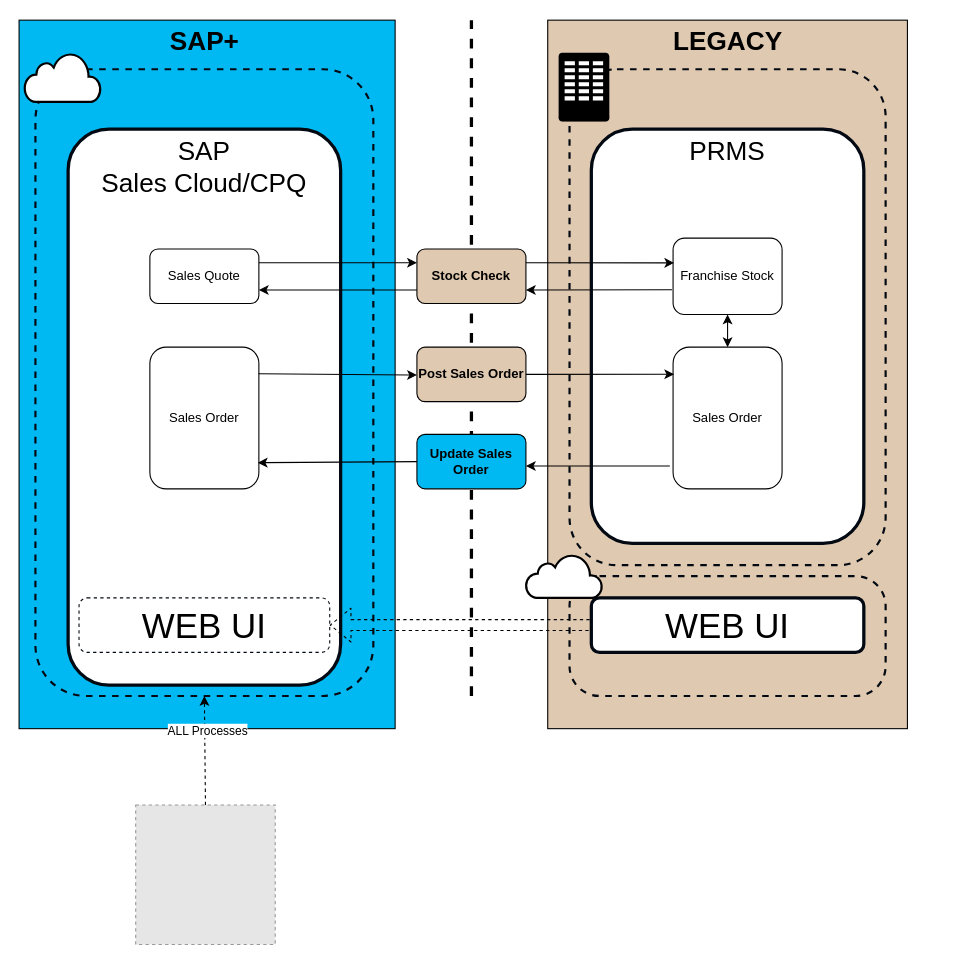
Above: page "Option 3b - Web PRMS" (6 of 10) of Franchise.drawio in mrf742002/Diagrams (draw.io), before the change. Source tidied: cells renumbered, new cells numbered last; positions are measured from the earlier drawing's top-left corner, leaving out a move shared by most shapes. Both pictures are drawn from the tidied source at 109%, with x=0, y=0 at pixel (19, 20). Pictures stored in the file or linked from it are replaced by grey dashed boxes.
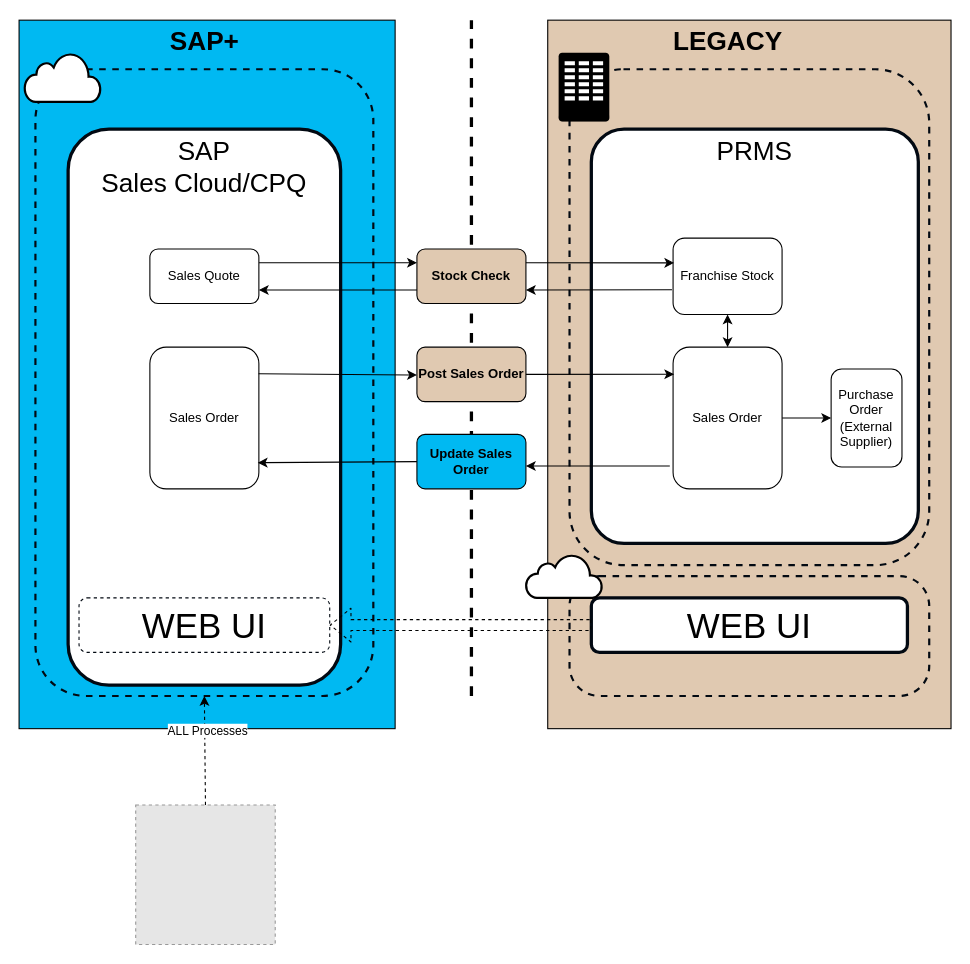
After the change.

The change refers to these unchanged cells:
```xml
<mxCell id="11" value="Sales Order" style="rounded=1;whiteSpace=wrap;html=1;" parent="1" vertex="1">
  <mxGeometry x="600" y="300" width="100" height="130" as="geometry" />
</mxCell>
```

What changed in the source:
```diff
@@
     <mxCell id="3" style="rounded=0;whiteSpace=wrap;html=1;fillColor=#E0C9B1;" parent="1" vertex="1">
-      <mxGeometry x="485" width="330" height="650" as="geometry" />
+      <mxGeometry x="485" width="370" height="650" as="geometry" />
     </mxCell>
@@
     <mxCell id="5" style="rounded=1;whiteSpace=wrap;html=1;verticalAlign=top;strokeWidth=2;strokeColor=#020912;fillColor=none;dashed=1;arcSize=25;" parent="1" vertex="1">
-      <mxGeometry x="505" y="510" width="290" height="110" as="geometry" />
+      <mxGeometry x="505" y="510" width="330" height="110" as="geometry" />
     </mxCell>
@@
     <mxCell id="7" style="rounded=1;whiteSpace=wrap;html=1;verticalAlign=top;strokeWidth=2;strokeColor=#020912;fillColor=none;dashed=1;" parent="1" vertex="1">
-      <mxGeometry x="505" y="45" width="290" height="455" as="geometry" />
+      <mxGeometry x="505" y="45" width="330" height="455" as="geometry" />
     </mxCell>
-    <mxCell id="8" value="&lt;font style=&quot;font-size: 24px&quot;&gt;PRMS&lt;/font&gt;" style="rounded=1;whiteSpace=wrap;html=1;verticalAlign=top;strokeWidth=3;strokeColor=#020912;" parent="1" vertex="1">
-      <mxGeometry x="525" y="100" width="250" height="380" as="geometry" />
+    <mxCell id="8" value="&lt;font style=&quot;font-size: 24px&quot;&gt;PRMS&lt;/font&gt;" style="rounded=1;whiteSpace=wrap;html=1;verticalAlign=top;strokeWidth=3;strokeColor=#020912;arcSize=10;" parent="1" vertex="1">
+      <mxGeometry x="525" y="100" width="300" height="380" as="geometry" />
     </mxCell>
@@
+    <mxCell id="37" style="edgeStyle=orthogonalEdgeStyle;rounded=0;jettySize=auto;html=1;exitX=1;exitY=0.5;exitDx=0;exitDy=0;" parent="1" edge="1" source="11" target="38">
+      <mxGeometry relative="1" as="geometry" />
+    </mxCell>
@@
     <mxCell id="27" value="&lt;font style=&quot;font-size: 32px&quot;&gt;WEB UI&lt;/font&gt;" style="rounded=1;whiteSpace=wrap;html=1;verticalAlign=top;strokeWidth=3;strokeColor=#020912;" parent="1" vertex="1">
-      <mxGeometry x="525" y="530" width="250" height="50" as="geometry" />
+      <mxGeometry x="525" y="530" width="290" height="50" as="geometry" />
     </mxCell>
@@
+    <mxCell id="38" value="Purchase Order (External Supplier)" style="rounded=1;whiteSpace=wrap;html=1;" parent="1" vertex="1">
+      <mxGeometry x="745" y="320" width="65" height="90" as="geometry" />
+    </mxCell>
```
